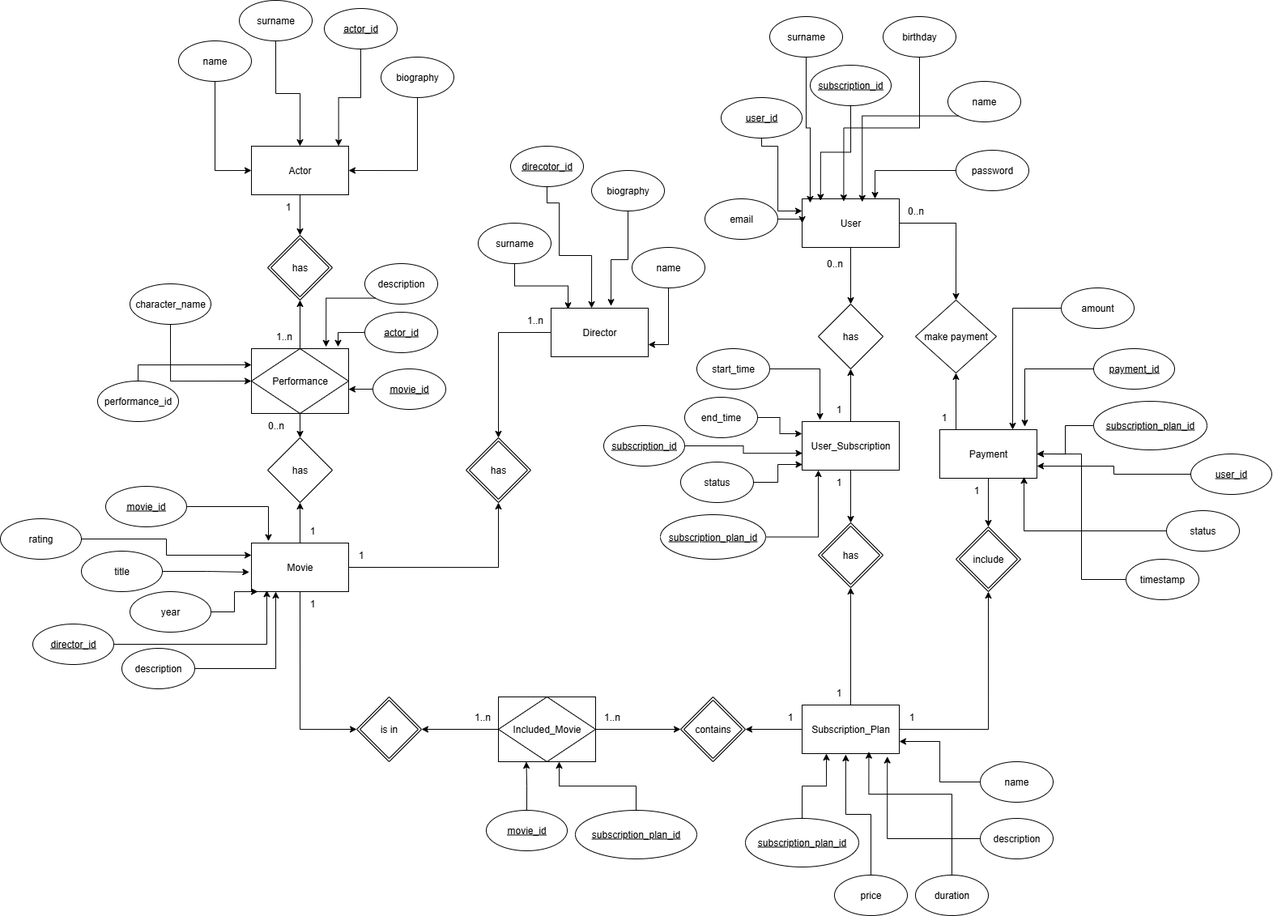
Above: lab1/сhen-notation-streaming-service.png in StudentPP1/KPI (draw.io), before the change. Source tidied: cells renumbered, new cells last; positions are measured from the earlier drawing's top-left corner, leaving out a move shared by most shapes.
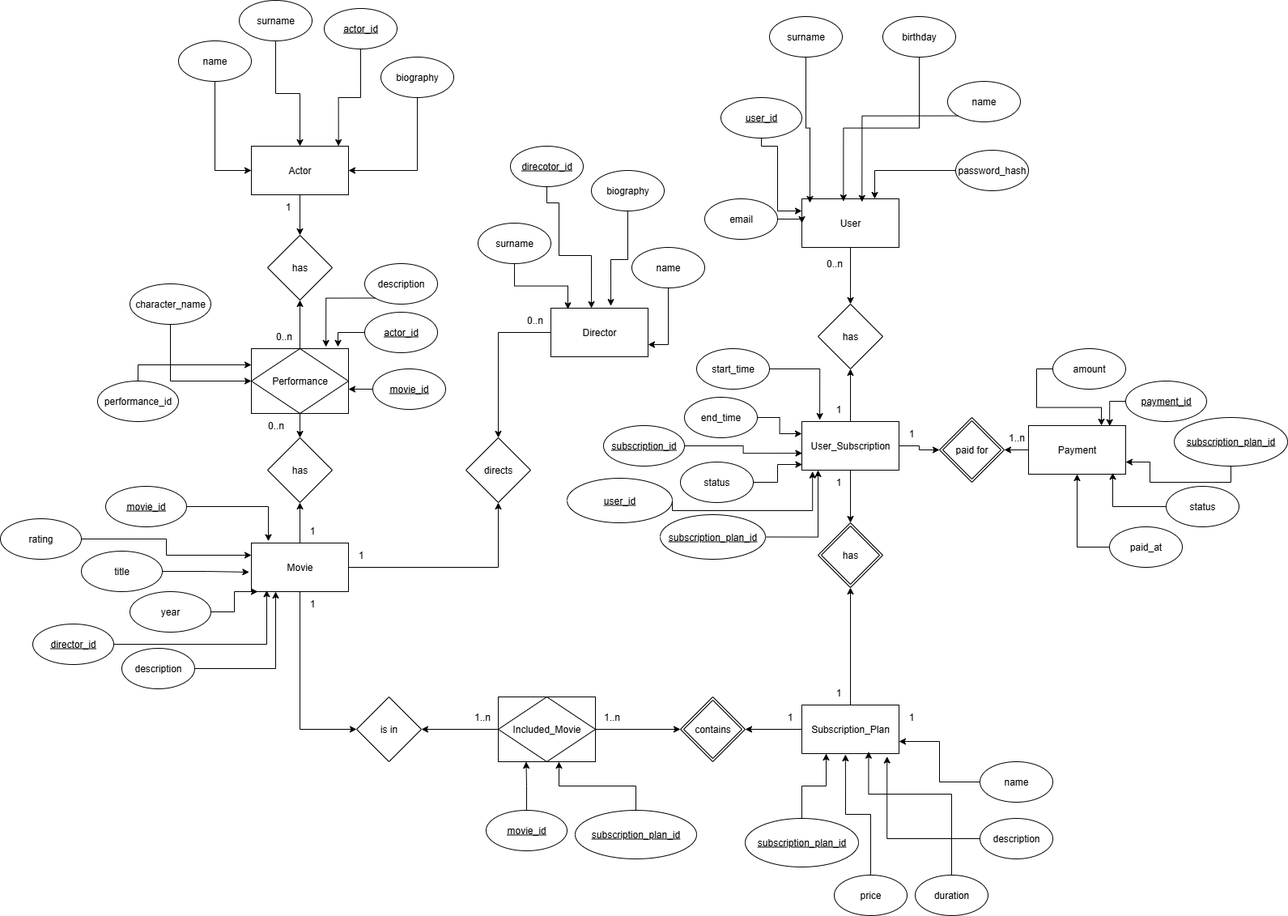
Above is the later version.

The edit, as a diff of the source:
```diff
@@ -4,4 +4,6 @@
     <mxCell id="1" parent="0" />
-    <mxCell id="2" style="edgeStyle=orthogonalEdgeStyle;rounded=0;jettySize=auto;html=1;exitX=0.5;exitY=1;exitDx=0;exitDy=0;entryX=0.5;entryY=0;entryDx=0;entryDy=0;" parent="1" edge="1" source="3" target="23">
-      <mxGeometry relative="1" as="geometry" />
+    <mxCell id="2" style="edgeStyle=orthogonalEdgeStyle;rounded=0;jettySize=auto;html=1;exitX=0.5;exitY=1;exitDx=0;exitDy=0;entryX=0.5;entryY=0;entryDx=0;entryDy=0;" parent="1" edge="1" source="3">
+      <mxGeometry relative="1" as="geometry">
+        <mxPoint x="370" y="290" as="targetPoint" />
+      </mxGeometry>
     </mxCell>
@@ -13,4 +15,6 @@
     </mxCell>
-    <mxCell id="5" style="edgeStyle=orthogonalEdgeStyle;rounded=0;jettySize=auto;html=1;exitX=1;exitY=0.5;exitDx=0;exitDy=0;" parent="1" edge="1" source="7" target="26">
-      <mxGeometry relative="1" as="geometry" />
+    <mxCell id="5" style="edgeStyle=orthogonalEdgeStyle;rounded=0;jettySize=auto;html=1;exitX=1;exitY=0.5;exitDx=0;exitDy=0;" parent="1" edge="1" source="7">
+      <mxGeometry relative="1" as="geometry">
+        <mxPoint x="615" y="620" as="targetPoint" />
+      </mxGeometry>
     </mxCell>
@@ -22,4 +26,6 @@
     </mxCell>
-    <mxCell id="8" style="edgeStyle=orthogonalEdgeStyle;rounded=0;jettySize=auto;html=1;exitX=0;exitY=0.5;exitDx=0;exitDy=0;" parent="1" edge="1" source="9" target="26">
-      <mxGeometry relative="1" as="geometry" />
+    <mxCell id="8" style="edgeStyle=orthogonalEdgeStyle;rounded=0;jettySize=auto;html=1;exitX=0;exitY=0.5;exitDx=0;exitDy=0;" parent="1" edge="1" source="9">
+      <mxGeometry relative="1" as="geometry">
+        <mxPoint x="615" y="540" as="targetPoint" />
+      </mxGeometry>
     </mxCell>
@@ -34,2 +40,5 @@
     </mxCell>
+    <mxCell id="145" style="edgeStyle=orthogonalEdgeStyle;rounded=0;jettySize=auto;html=1;exitX=1;exitY=0.5;exitDx=0;exitDy=0;entryX=0;entryY=0.5;entryDx=0;entryDy=0;fontFamily=Helvetica;fontSize=12;fontColor=default;" parent="1" edge="1" source="12" target="49">
+      <mxGeometry relative="1" as="geometry" />
+    </mxCell>
     <mxCell id="12" value="User_Subscription" style="whiteSpace=wrap;html=1;" parent="1" vertex="1">
@@ -43,5 +52,2 @@
     </mxCell>
-    <mxCell id="15" style="edgeStyle=orthogonalEdgeStyle;rounded=0;jettySize=auto;html=1;exitX=1;exitY=0.5;exitDx=0;exitDy=0;entryX=0.5;entryY=1;entryDx=0;entryDy=0;" parent="1" edge="1" source="16" target="49">
-      <mxGeometry relative="1" as="geometry" />
-    </mxCell>
     <mxCell id="16" value="Subscription_Plan" style="rounded=0;whiteSpace=wrap;html=1;" parent="1" vertex="1">
@@ -49,4 +55,6 @@
     </mxCell>
-    <mxCell id="17" style="edgeStyle=orthogonalEdgeStyle;rounded=0;jettySize=auto;html=1;exitX=0;exitY=0.5;exitDx=0;exitDy=0;entryX=1;entryY=0.5;entryDx=0;entryDy=0;" parent="1" edge="1" source="19" target="25">
-      <mxGeometry relative="1" as="geometry" />
+    <mxCell id="17" style="edgeStyle=orthogonalEdgeStyle;rounded=0;jettySize=auto;html=1;exitX=0;exitY=0.5;exitDx=0;exitDy=0;entryX=1;entryY=0.5;entryDx=0;entryDy=0;" parent="1" edge="1" source="19">
+      <mxGeometry relative="1" as="geometry">
+        <mxPoint x="520" y="900" as="targetPoint" />
+      </mxGeometry>
     </mxCell>
@@ -58,4 +66,6 @@
     </mxCell>
-    <mxCell id="20" style="edgeStyle=orthogonalEdgeStyle;rounded=0;jettySize=auto;html=1;exitX=0.5;exitY=0;exitDx=0;exitDy=0;entryX=0.5;entryY=1;entryDx=0;entryDy=0;" parent="1" edge="1" source="22" target="23">
-      <mxGeometry relative="1" as="geometry" />
+    <mxCell id="20" style="edgeStyle=orthogonalEdgeStyle;rounded=0;jettySize=auto;html=1;exitX=0.5;exitY=0;exitDx=0;exitDy=0;entryX=0.5;entryY=1;entryDx=0;entryDy=0;" parent="1" edge="1" source="22">
+      <mxGeometry relative="1" as="geometry">
+        <mxPoint x="370" y="370" as="targetPoint" />
+      </mxGeometry>
     </mxCell>
@@ -67,5 +77,2 @@
     </mxCell>
-    <mxCell id="23" value="has" style="whiteSpace=wrap;html=1;shape=rhombus;double=1;perimeter=rhombusPerimeter;" parent="1" vertex="1">
-      <mxGeometry x="330" y="290" width="80" height="80" as="geometry" />
-    </mxCell>
     <mxCell id="24" value="has" style="rhombus;whiteSpace=wrap;html=1;" parent="1" vertex="1">
@@ -73,8 +80,2 @@
     </mxCell>
-    <mxCell id="25" value="is in" style="whiteSpace=wrap;html=1;shape=rhombus;double=1;perimeter=rhombusPerimeter;" parent="1" vertex="1">
-      <mxGeometry x="440" y="860" width="80" height="80" as="geometry" />
-    </mxCell>
-    <mxCell id="26" value="has" style="whiteSpace=wrap;html=1;shape=rhombus;double=1;perimeter=rhombusPerimeter;" parent="1" vertex="1">
-      <mxGeometry x="575" y="540" width="80" height="80" as="geometry" />
-    </mxCell>
     <mxCell id="27" value="contains" style="whiteSpace=wrap;html=1;shape=rhombus;double=1;perimeter=rhombusPerimeter;" parent="1" vertex="1">
@@ -88,3 +89,3 @@
     </mxCell>
-    <mxCell id="30" value="1..n" style="text;html=1;align=center;verticalAlign=middle;strokeColor=none;fillColor=none;" parent="1" vertex="1">
+    <mxCell id="30" value="0..n" style="text;html=1;align=center;verticalAlign=middle;strokeColor=none;fillColor=none;" parent="1" vertex="1">
       <mxGeometry x="330" y="400" width="40" height="30" as="geometry" />
@@ -100,3 +101,3 @@
     </mxCell>
-    <mxCell id="34" value="1..n" style="text;html=1;align=center;verticalAlign=middle;strokeColor=none;fillColor=none;" parent="1" vertex="1">
+    <mxCell id="34" value="0..n" style="text;html=1;align=center;verticalAlign=middle;strokeColor=none;fillColor=none;" parent="1" vertex="1">
       <mxGeometry x="640" y="380" width="40" height="30" as="geometry" />
@@ -124,5 +125,2 @@
     </mxCell>
-    <mxCell id="42" style="edgeStyle=orthogonalEdgeStyle;rounded=0;jettySize=auto;html=1;exitX=1;exitY=0.5;exitDx=0;exitDy=0;entryX=0.5;entryY=0;entryDx=0;entryDy=0;" parent="1" edge="1" source="43" target="48">
-      <mxGeometry relative="1" as="geometry" />
-    </mxCell>
     <mxCell id="43" value="User" style="rounded=0;whiteSpace=wrap;html=1;" parent="1" vertex="1">
@@ -130,14 +128,7 @@
     </mxCell>
-    <mxCell id="44" style="edgeStyle=orthogonalEdgeStyle;rounded=0;jettySize=auto;html=1;exitX=0.5;exitY=1;exitDx=0;exitDy=0;entryX=0.5;entryY=0;entryDx=0;entryDy=0;" parent="1" edge="1" source="46" target="49">
+    <mxCell id="44" style="edgeStyle=orthogonalEdgeStyle;rounded=0;jettySize=auto;html=1;exitX=0;exitY=0.5;exitDx=0;exitDy=0;entryX=1;entryY=0.5;entryDx=0;entryDy=0;fontFamily=Helvetica;fontSize=12;fontColor=default;" parent="1" edge="1" source="46" target="49">
       <mxGeometry relative="1" as="geometry" />
     </mxCell>
-    <mxCell id="45" style="edgeStyle=orthogonalEdgeStyle;rounded=0;jettySize=auto;html=1;exitX=0.5;exitY=0;exitDx=0;exitDy=0;entryX=0.5;entryY=1;entryDx=0;entryDy=0;" parent="1" edge="1" source="46" target="48">
-      <mxGeometry relative="1" as="geometry">
-        <Array as="points">
-          <mxPoint x="1180" y="530" />
-        </Array>
-      </mxGeometry>
-    </mxCell>
     <mxCell id="46" value="Payment" style="rounded=0;whiteSpace=wrap;html=1;" parent="1" vertex="1">
-      <mxGeometry x="1160" y="530" width="120" height="60" as="geometry" />
+      <mxGeometry x="1270" y="525" width="120" height="60" as="geometry" />
     </mxCell>
@@ -146,7 +137,4 @@
     </mxCell>
-    <mxCell id="48" value="make payment" style="rhombus;whiteSpace=wrap;html=1;" parent="1" vertex="1">
-      <mxGeometry x="1130" y="370" width="100" height="90" as="geometry" />
-    </mxCell>
-    <mxCell id="49" value="include" style="whiteSpace=wrap;html=1;shape=rhombus;double=1;perimeter=rhombusPerimeter;" parent="1" vertex="1">
-      <mxGeometry x="1180" y="650" width="80" height="80" as="geometry" />
+    <mxCell id="49" value="paid for" style="whiteSpace=wrap;html=1;shape=rhombus;double=1;perimeter=rhombusPerimeter;" parent="1" vertex="1">
+      <mxGeometry x="1160" y="515" width="80" height="80" as="geometry" />
     </mxCell>
@@ -158,11 +146,2 @@
     </mxCell>
-    <mxCell id="52" value="0..n" style="text;html=1;align=center;verticalAlign=middle;strokeColor=none;fillColor=none;" parent="1" vertex="1">
-      <mxGeometry x="1110" y="245" width="40" height="30" as="geometry" />
-    </mxCell>
-    <mxCell id="53" value="1" style="text;html=1;align=center;verticalAlign=middle;strokeColor=none;fillColor=none;" parent="1" vertex="1">
-      <mxGeometry x="1150" y="500" width="30" height="30" as="geometry" />
-    </mxCell>
-    <mxCell id="54" value="1" style="text;html=1;align=center;verticalAlign=middle;strokeColor=none;fillColor=none;" parent="1" vertex="1">
-      <mxGeometry x="1190" y="590" width="30" height="30" as="geometry" />
-    </mxCell>
     <mxCell id="55" value="1" style="text;html=1;align=center;verticalAlign=middle;strokeColor=none;fillColor=none;" parent="1" vertex="1">
@@ -364,3 +343,3 @@
     <mxCell id="116" value="&lt;u&gt;payment_id&lt;/u&gt;" style="ellipse;whiteSpace=wrap;html=1;" parent="1" vertex="1">
-      <mxGeometry x="1350" y="430" width="100" height="50" as="geometry" />
+      <mxGeometry x="1390" y="470" width="100" height="50" as="geometry" />
     </mxCell>
@@ -370,5 +349,5 @@
     <mxCell id="118" value="&lt;span style=&quot;color: rgb(0, 0, 0); background-color: transparent;&quot;&gt;amount&lt;/span&gt;" style="ellipse;whiteSpace=wrap;html=1;" parent="1" vertex="1">
-      <mxGeometry x="1310" y="355" width="90" height="50" as="geometry" />
+      <mxGeometry x="1300" y="430" width="90" height="50" as="geometry" />
     </mxCell>
-    <mxCell id="119" style="edgeStyle=orthogonalEdgeStyle;rounded=0;jettySize=auto;html=1;exitX=0;exitY=0.5;exitDx=0;exitDy=0;entryX=1;entryY=0.5;entryDx=0;entryDy=0;" parent="1" edge="1" source="120" target="46">
+    <mxCell id="119" style="edgeStyle=orthogonalEdgeStyle;rounded=0;jettySize=auto;html=1;exitX=0.5;exitY=1;exitDx=0;exitDy=0;entryX=1;entryY=0.75;entryDx=0;entryDy=0;fontFamily=Helvetica;fontSize=12;fontColor=default;" parent="1" edge="1" source="120" target="46">
       <mxGeometry relative="1" as="geometry" />
@@ -376,22 +355,13 @@
     <mxCell id="120" value="&lt;u&gt;subscription_plan_id&lt;/u&gt;" style="ellipse;whiteSpace=wrap;html=1;" parent="1" vertex="1">
-      <mxGeometry x="1350" y="495" width="140" height="60" as="geometry" />
+      <mxGeometry x="1450" y="515" width="140" height="60" as="geometry" />
     </mxCell>
-    <mxCell id="121" style="edgeStyle=orthogonalEdgeStyle;rounded=0;jettySize=auto;html=1;exitX=0;exitY=0.5;exitDx=0;exitDy=0;entryX=1;entryY=0.75;entryDx=0;entryDy=0;" parent="1" edge="1" source="122" target="46">
-      <mxGeometry relative="1" as="geometry" />
-    </mxCell>
-    <mxCell id="122" value="&lt;u&gt;user_id&lt;/u&gt;" style="ellipse;whiteSpace=wrap;html=1;" parent="1" vertex="1">
-      <mxGeometry x="1470" y="560" width="100" height="50" as="geometry" />
-    </mxCell>
     <mxCell id="123" value="&lt;span style=&quot;color: rgb(0, 0, 0); background-color: transparent;&quot;&gt;status&lt;/span&gt;" style="ellipse;whiteSpace=wrap;html=1;" parent="1" vertex="1">
-      <mxGeometry x="1440" y="630" width="90" height="50" as="geometry" />
+      <mxGeometry x="1440" y="600" width="90" height="50" as="geometry" />
     </mxCell>
-    <mxCell id="124" style="edgeStyle=orthogonalEdgeStyle;rounded=0;jettySize=auto;html=1;exitX=0;exitY=0.5;exitDx=0;exitDy=0;entryX=1;entryY=0.5;entryDx=0;entryDy=0;" parent="1" edge="1" source="125" target="46">
+    <mxCell id="124" style="edgeStyle=orthogonalEdgeStyle;rounded=0;jettySize=auto;html=1;exitX=0;exitY=0.5;exitDx=0;exitDy=0;entryX=0.5;entryY=1;entryDx=0;entryDy=0;fontFamily=Helvetica;fontSize=12;fontColor=default;" parent="1" edge="1" source="125" target="46">
       <mxGeometry relative="1" as="geometry" />
     </mxCell>
-    <mxCell id="125" value="&lt;span style=&quot;color: rgb(0, 0, 0); background-color: transparent;&quot;&gt;timestamp&lt;/span&gt;" style="ellipse;whiteSpace=wrap;html=1;" parent="1" vertex="1">
-      <mxGeometry x="1390" y="690" width="90" height="50" as="geometry" />
+    <mxCell id="125" value="&lt;span style=&quot;color: rgb(0, 0, 0); background-color: transparent;&quot;&gt;paid_at&lt;/span&gt;" style="ellipse;whiteSpace=wrap;html=1;" parent="1" vertex="1">
+      <mxGeometry x="1370" y="650" width="90" height="50" as="geometry" />
     </mxCell>
-    <mxCell id="126" style="edgeStyle=orthogonalEdgeStyle;rounded=0;jettySize=auto;html=1;exitX=0;exitY=0.5;exitDx=0;exitDy=0;entryX=0.875;entryY=-0.063;entryDx=0;entryDy=0;entryPerimeter=0;" parent="1" edge="1" source="116" target="46">
-      <mxGeometry relative="1" as="geometry" />
-    </mxCell>
     <mxCell id="127" style="edgeStyle=orthogonalEdgeStyle;rounded=0;jettySize=auto;html=1;exitX=0;exitY=0.5;exitDx=0;exitDy=0;entryX=0.867;entryY=0.971;entryDx=0;entryDy=0;entryPerimeter=0;" parent="1" edge="1" source="123" target="46">
@@ -411,5 +381,2 @@
     </mxCell>
-    <mxCell id="130" value="&lt;u&gt;subscription_id&lt;/u&gt;" style="ellipse;whiteSpace=wrap;html=1;" parent="1" vertex="1">
-      <mxGeometry x="1000" y="80" width="100" height="50" as="geometry" />
-    </mxCell>
     <mxCell id="131" value="&lt;span style=&quot;color: rgb(0, 0, 0); background-color: transparent;&quot;&gt;name&lt;/span&gt;" style="ellipse;whiteSpace=wrap;html=1;" parent="1" vertex="1">
@@ -429,3 +396,3 @@
     </mxCell>
-    <mxCell id="136" value="password" style="ellipse;whiteSpace=wrap;html=1;" parent="1" vertex="1">
+    <mxCell id="136" value="password_hash" style="ellipse;whiteSpace=wrap;html=1;" parent="1" vertex="1">
       <mxGeometry x="1180" y="185" width="90" height="50" as="geometry" />
@@ -438,5 +405,2 @@
     </mxCell>
-    <mxCell id="139" style="edgeStyle=orthogonalEdgeStyle;rounded=0;jettySize=auto;html=1;exitX=0.5;exitY=1;exitDx=0;exitDy=0;entryX=0.19;entryY=0.041;entryDx=0;entryDy=0;entryPerimeter=0;" parent="1" edge="1" source="130" target="43">
-      <mxGeometry relative="1" as="geometry" />
-    </mxCell>
     <mxCell id="140" style="edgeStyle=orthogonalEdgeStyle;rounded=0;jettySize=auto;html=1;exitX=0.5;exitY=1;exitDx=0;exitDy=0;entryX=0.428;entryY=0.053;entryDx=0;entryDy=0;entryPerimeter=0;" parent="1" edge="1" source="137" target="43">
@@ -456,2 +420,31 @@
     </mxCell>
+    <mxCell id="25" value="is in" style="rhombus;whiteSpace=wrap;html=1;strokeColor=default;align=center;verticalAlign=middle;fontFamily=Helvetica;fontSize=12;fontColor=default;fillColor=default;" parent="1" vertex="1">
+      <mxGeometry x="440" y="860" width="80" height="80" as="geometry" />
+    </mxCell>
+    <mxCell id="146" value="has" style="rhombus;whiteSpace=wrap;html=1;strokeColor=default;align=center;verticalAlign=middle;fontFamily=Helvetica;fontSize=12;fontColor=default;fillColor=default;" parent="1" vertex="1">
+      <mxGeometry x="330" y="290" width="80" height="80" as="geometry" />
+    </mxCell>
+    <mxCell id="147" value="directs" style="rhombus;whiteSpace=wrap;html=1;strokeColor=default;align=center;verticalAlign=middle;fontFamily=Helvetica;fontSize=12;fontColor=default;fillColor=default;" parent="1" vertex="1">
+      <mxGeometry x="575" y="540" width="80" height="80" as="geometry" />
+    </mxCell>
+    <mxCell id="148" value="1" style="text;html=1;align=center;verticalAlign=middle;strokeColor=none;fillColor=none;" parent="1" vertex="1">
+      <mxGeometry x="1110" y="520" width="30" height="30" as="geometry" />
+    </mxCell>
+    <mxCell id="149" value="1..n" style="text;html=1;align=center;verticalAlign=middle;strokeColor=none;fillColor=none;" parent="1" vertex="1">
+      <mxGeometry x="1235" y="525" width="40" height="30" as="geometry" />
+    </mxCell>
+    <mxCell id="122" value="&lt;u&gt;user_id&lt;/u&gt;" style="ellipse;whiteSpace=wrap;html=1;" parent="1" vertex="1">
+      <mxGeometry x="700" y="590" width="130" height="55" as="geometry" />
+    </mxCell>
+    <mxCell id="150" style="edgeStyle=orthogonalEdgeStyle;rounded=0;jettySize=auto;html=1;exitX=1;exitY=0.5;exitDx=0;exitDy=0;entryX=0.11;entryY=1.027;entryDx=0;entryDy=0;entryPerimeter=0;fontFamily=Helvetica;fontSize=12;fontColor=default;" parent="1" edge="1" source="122" target="12">
+      <mxGeometry relative="1" as="geometry">
+        <Array as="points">
+          <mxPoint x="830" y="630" />
+          <mxPoint x="1003" y="630" />
+        </Array>
+      </mxGeometry>
+    </mxCell>
+    <mxCell id="126" style="edgeStyle=orthogonalEdgeStyle;rounded=0;jettySize=auto;html=1;exitX=0;exitY=0.5;exitDx=0;exitDy=0;entryX=0.835;entryY=0.011;entryDx=0;entryDy=0;entryPerimeter=0;fontFamily=Helvetica;fontSize=12;fontColor=default;" parent="1" edge="1" source="116" target="46">
+      <mxGeometry relative="1" as="geometry" />
+    </mxCell>
   </root>
```
